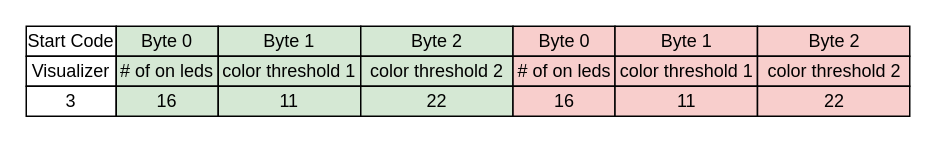
jfcbooth/block_diagrams keeps this draw.io diagram as visualizer.drawio. Above is the earlier version. Source tidied: cells renumbered, new cells numbered last; positions are measured from the earlier drawing's top-left corner, leaving out a move shared by most shapes. Both pictures are drawn from the tidied source at 150%, with x=0, y=0 at pixel (26, 26).
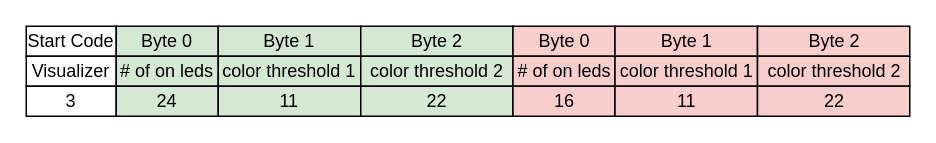
The same diagram, later.

What changed in the source:
```diff
@@
-    <mxCell id="11" value="16" style="rounded=0;whiteSpace=wrap;html=1;fillColor=#d5e8d4;strokeColor=#000000;" parent="1" vertex="1">
+    <mxCell id="11" value="24" style="rounded=0;whiteSpace=wrap;html=1;fillColor=#d5e8d4;strokeColor=#000000;" parent="1" vertex="1">
       <mxGeometry x="60" y="40" width="68" height="20" as="geometry" />
     </mxCell>
```
